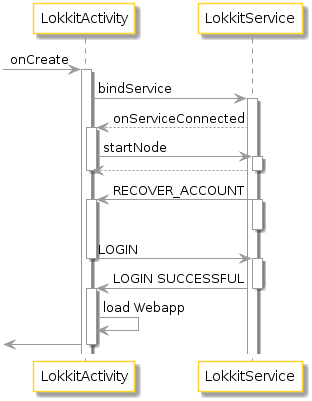
The PlantUML diagram images/android_sequence_start_existing.png in kraeki/bda-dokumentation, before a commit.
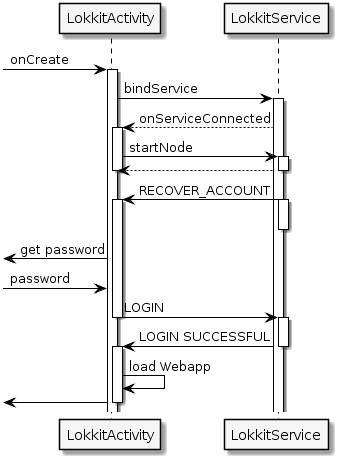
Later version of the same file.

Change to the diagram source:
```diff
@@ -1,12 +1,12 @@
 @startuml
-skinparam arrowColor #999999
+skinparam arrowColor black
 skinparam backgroundColor transparent
 skinparam sequenceDividerBackgroundColor #999999
 skinparam sequenceGroupBackgroundColor #999999
 skinparam sequenceLifeLineBackgroundColor #FFFFFF
-skinparam sequenceLifeLineBorderColor #999999
-skinparam sequenceParticipantBackgroundColor #FFFFFF
-skinparam sequenceParticipantBorderColor #FFD42A
+skinparam sequenceLifeLineBorderColor black
+skinparam sequenceParticipantBackgroundColor #F5F5F5
+skinparam sequenceParticipantBorderColor black
 skinparam sequenceBoxLineColor #999999
 skinparam sequenceBoxBackgroundColor #999999
 
@@ -17,8 +17,6 @@
 LokkitActivity -> LokkitService : bindService
 activate LokkitService
 LokkitActivity<--LokkitService : onServiceConnected
-
-
 
 
 activate LokkitActivity
@@ -32,6 +30,9 @@
 activate LokkitService
 deactivate LokkitService
 activate LokkitActivity
+
+[<- LokkitActivity: get password
+[-> LokkitActivity: password
 
 LokkitActivity -> LokkitService : LOGIN
 deactivate LokkitActivity
```
